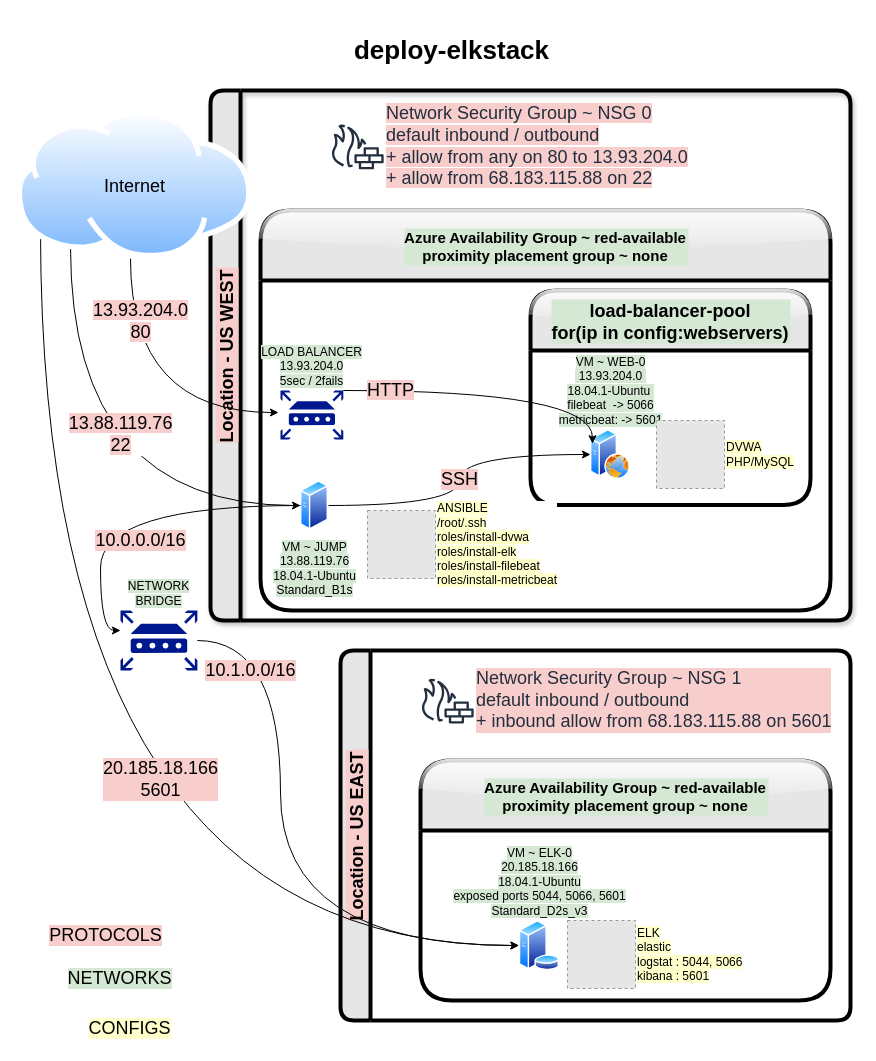
The draw.io diagram Diagrams/deploy-elkstack.drawio in robforee/deploy-elkstack, before the edit. Source tidied: cells renumbered, new cells numbered last; positions are measured from the earlier drawing's top-left corner, leaving out a move shared by most shapes. Both pictures are drawn from the tidied source at 100%, with x=0, y=0 at pixel (17, 20). Pictures stored in the file or linked from it are replaced by grey dashed boxes.
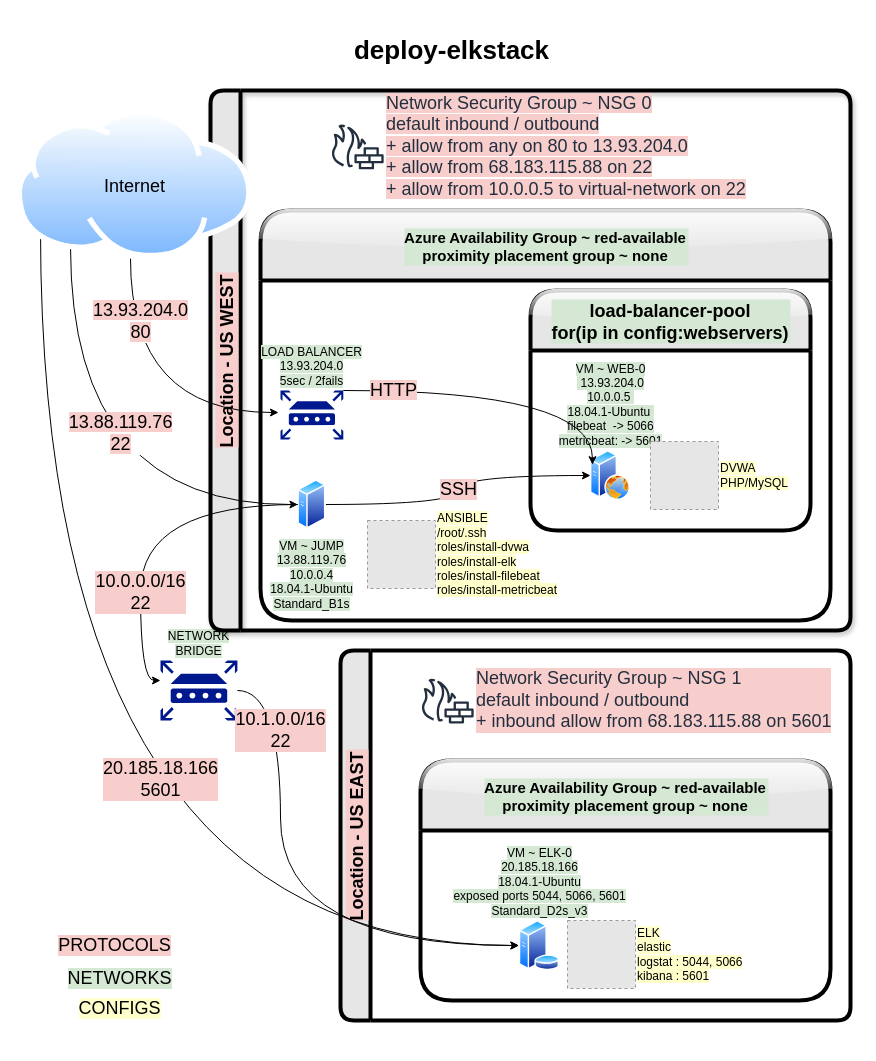
Above is the later version.

Unchanged cells that the change refers to:
```xml
<mxCell id="21" value="&lt;span style=&quot;background-color: rgb(213 , 232 , 212)&quot;&gt;VM ~ ELK-0&lt;br&gt;20.185.18.166&lt;br&gt;18.04.1-Ubuntu&lt;br&gt;exposed ports 5044, 5066, 5601&lt;br&gt;Standard_D2s_v3&lt;br&gt;&lt;/span&gt;" style="perimeter=ellipsePerimeter;html=1;align=center;shadow=0;dashed=0;spacingTop=3;image;image=img/lib/active_directory/database_server.svg;labelPosition=center;verticalLabelPosition=top;verticalAlign=bottom;" parent="20" vertex="1">
  <mxGeometry x="98.4" y="160" width="41" height="50" as="geometry" />
</mxCell>
```

Diff of the diagram source:
```diff
@@
     <mxCell id="2" value="&lt;span style=&quot;background-color: rgb(213 , 232 , 212)&quot;&gt;NETWORK&lt;br&gt;BRIDGE&lt;/span&gt;" style="sketch=0;shadow=0;dashed=0;html=1;strokeColor=none;labelPosition=center;verticalLabelPosition=top;verticalAlign=bottom;align=center;fillColor=#00188D;shape=mxgraph.mscae.enterprise.router;" parent="1" vertex="1">
-      <mxGeometry x="103" y="590" width="76.9" height="60" as="geometry" />
+      <mxGeometry x="143" y="640" width="76.9" height="60" as="geometry" />
     </mxCell>
@@
     <mxCell id="4" value="Location - US WEST" style="swimlane;horizontal=0;labelBackgroundColor=#F8CECC;fontSize=18;strokeWidth=4;fillColor=#E6E6E6;startSize=30;rounded=1;shadow=1;sketch=0;glass=0;" parent="1" vertex="1">
-      <mxGeometry x="193" y="70" width="640" height="530" as="geometry" />
+      <mxGeometry x="193" y="70" width="640" height="540" as="geometry" />
     </mxCell>
     <mxCell id="5" value="Azure Availability Group ~ red-available&#10;proximity placement group ~ none" style="swimlane;labelBackgroundColor=#D5E8D4;fontSize=15;strokeWidth=4;fillColor=#E6E6E6;startSize=70;rounded=1;shadow=0;sketch=0;glass=1;" parent="4" vertex="1">
-      <mxGeometry x="50" y="120" width="570" height="400" as="geometry" />
+      <mxGeometry x="50" y="120" width="570" height="410" as="geometry" />
     </mxCell>
@@
-    <mxCell id="8" value="&lt;span style=&quot;background-color: rgb(213 , 232 , 212)&quot;&gt;VM ~ JUMP&lt;br&gt;13.88.119.76&lt;br&gt;18.04.1-Ubuntu&lt;br&gt;Standard_B1s&lt;/span&gt;" style="perimeter=ellipsePerimeter;html=1;align=center;shadow=0;dashed=0;spacingTop=3;image;image=img/lib/active_directory/generic_server.svg;labelPosition=center;verticalLabelPosition=bottom;verticalAlign=top;" parent="5" vertex="1">
-      <mxGeometry x="40" y="270" width="28" height="50" as="geometry" />
+    <mxCell id="8" value="&lt;span style=&quot;background-color: rgb(213 , 232 , 212)&quot;&gt;VM ~ JUMP&lt;br&gt;13.88.119.76&lt;br&gt;10.0.0.4&lt;br&gt;18.04.1-Ubuntu&lt;br&gt;Standard_B1s&lt;/span&gt;" style="perimeter=ellipsePerimeter;html=1;align=center;shadow=0;dashed=0;spacingTop=3;image;image=img/lib/active_directory/generic_server.svg;labelPosition=center;verticalLabelPosition=bottom;verticalAlign=top;" parent="5" vertex="1">
+      <mxGeometry x="37.4" y="269" width="28" height="50" as="geometry" />
     </mxCell>
+    <mxCell id="13" value="&lt;div style=&quot;text-align: left&quot;&gt;&lt;span style=&quot;background-color: rgb(255 , 255 , 204)&quot;&gt;ANSIBLE&lt;/span&gt;&lt;/div&gt;&lt;div style=&quot;text-align: left&quot;&gt;&lt;span style=&quot;background-color: rgb(255 , 255 , 204)&quot;&gt;/root/.ssh&lt;/span&gt;&lt;/div&gt;&lt;div style=&quot;text-align: left&quot;&gt;&lt;span style=&quot;background-color: rgb(255 , 255 , 204)&quot;&gt;roles/install-dvwa&lt;/span&gt;&lt;/div&gt;&lt;div style=&quot;text-align: left&quot;&gt;&lt;span style=&quot;background-color: rgb(255 , 255 , 204)&quot;&gt;roles/install-elk&lt;/span&gt;&lt;/div&gt;&lt;div style=&quot;text-align: left&quot;&gt;&lt;span style=&quot;background-color: rgb(255 , 255 , 204)&quot;&gt;roles/install-filebeat&lt;/span&gt;&lt;/div&gt;&lt;div style=&quot;text-align: left&quot;&gt;&lt;span style=&quot;background-color: rgb(255 , 255 , 204)&quot;&gt;roles/install-metricbeat&lt;/span&gt;&lt;/div&gt;" style="fillColor=#E6E6E6;strokeColor=#999999;dashed=1;html=1;verticalAlign=middle;verticalLabelPosition=middle;labelBackgroundColor=#ffffff;labelPosition=right;align=left;" parent="5" vertex="1">
+      <mxGeometry x="107" y="310" width="68" height="68" as="geometry" />
+    </mxCell>
     <mxCell id="9" value="load-balancer-pool&#10;for(ip in config:webservers)" style="swimlane;rounded=1;shadow=0;glass=1;labelBackgroundColor=#D5E8D4;sketch=0;fontSize=18;strokeWidth=4;fillColor=#E6E6E6;startSize=60;" parent="5" vertex="1">
-      <mxGeometry x="270" y="80" width="280" height="214.6" as="geometry" />
+      <mxGeometry x="270" y="80" width="280" height="240" as="geometry" />
     </mxCell>
-    <mxCell id="10" value="&lt;span style=&quot;background-color: rgb(213 , 232 , 212)&quot;&gt;VM ~ WEB-0&lt;br&gt;&amp;nbsp;13.93.204.0&amp;nbsp;&lt;br&gt;18.04.1-Ubuntu&amp;nbsp;&lt;br&gt;filebeat&amp;nbsp; -&amp;gt; 5066&lt;br&gt;metricbeat: -&amp;gt; 5601&lt;/span&gt;" style="perimeter=ellipsePerimeter;html=1;align=center;shadow=0;dashed=0;spacingTop=3;image;image=img/lib/active_directory/web_server.svg;labelPosition=center;verticalLabelPosition=top;verticalAlign=bottom;" parent="9" vertex="1">
-      <mxGeometry x="60" y="139" width="40" height="50" as="geometry" />
+    <mxCell id="10" value="&lt;span style=&quot;background-color: rgb(213 , 232 , 212)&quot;&gt;VM ~ WEB-0&lt;br&gt;&amp;nbsp;13.93.204.0&lt;br&gt;10.0.0.5&amp;nbsp;&lt;br&gt;18.04.1-Ubuntu&amp;nbsp;&lt;br&gt;filebeat&amp;nbsp; -&amp;gt; 5066&lt;br&gt;metricbeat: -&amp;gt; 5601&lt;/span&gt;" style="perimeter=ellipsePerimeter;html=1;align=center;shadow=0;dashed=0;spacingTop=3;image;image=img/lib/active_directory/web_server.svg;labelPosition=center;verticalLabelPosition=top;verticalAlign=bottom;" parent="9" vertex="1">
+      <mxGeometry x="60" y="160" width="40" height="50" as="geometry" />
     </mxCell>
     <mxCell id="11" value="&lt;span style=&quot;background-color: rgb(255 , 255 , 204)&quot;&gt;DVWA&lt;br&gt;PHP/MySQL&lt;/span&gt;" style="fillColor=#E6E6E6;strokeColor=#999999;dashed=1;html=1;verticalAlign=middle;verticalLabelPosition=middle;labelBackgroundColor=#ffffff;labelPosition=right;align=left;" parent="9" vertex="1">
-      <mxGeometry x="126" y="130" width="68" height="68" as="geometry" />
+      <mxGeometry x="120" y="151" width="68" height="68" as="geometry" />
     </mxCell>
@@
-    <mxCell id="13" value="&lt;div style=&quot;text-align: left&quot;&gt;&lt;span style=&quot;background-color: rgb(255 , 255 , 204)&quot;&gt;ANSIBLE&lt;/span&gt;&lt;/div&gt;&lt;div style=&quot;text-align: left&quot;&gt;&lt;span style=&quot;background-color: rgb(255 , 255 , 204)&quot;&gt;/root/.ssh&lt;/span&gt;&lt;/div&gt;&lt;div style=&quot;text-align: left&quot;&gt;&lt;span style=&quot;background-color: rgb(255 , 255 , 204)&quot;&gt;roles/install-dvwa&lt;/span&gt;&lt;/div&gt;&lt;div style=&quot;text-align: left&quot;&gt;&lt;span style=&quot;background-color: rgb(255 , 255 , 204)&quot;&gt;roles/install-elk&lt;/span&gt;&lt;/div&gt;&lt;div style=&quot;text-align: left&quot;&gt;&lt;span style=&quot;background-color: rgb(255 , 255 , 204)&quot;&gt;roles/install-filebeat&lt;/span&gt;&lt;/div&gt;&lt;div style=&quot;text-align: left&quot;&gt;&lt;span style=&quot;background-color: rgb(255 , 255 , 204)&quot;&gt;roles/install-metricbeat&lt;/span&gt;&lt;/div&gt;" style="fillColor=#E6E6E6;strokeColor=#999999;dashed=1;html=1;verticalAlign=middle;verticalLabelPosition=middle;labelBackgroundColor=#ffffff;labelPosition=right;align=left;" parent="5" vertex="1">
-      <mxGeometry x="107" y="300" width="68" height="68" as="geometry" />
-    </mxCell>
-    <mxCell id="14" value="&lt;span style=&quot;background-color: rgb(248 , 206 , 204) ; font-size: 18px&quot;&gt;Network Security Group ~ NSG 0&lt;br&gt;default inbound / outbound&lt;br&gt;+ allow from any on 80 to 13.93.204.0&lt;br&gt;+ allow from 68.183.115.88 on 22&lt;br&gt;&lt;/span&gt;" style="sketch=0;fontColor=#232F3E;gradientColor=none;fillColor=#232F3E;strokeColor=none;dashed=0;verticalLabelPosition=middle;verticalAlign=middle;align=left;html=1;fontSize=12;fontStyle=0;shape=mxgraph.aws4.generic_firewall;labelPosition=right;" parent="4" vertex="1">
+    <mxCell id="14" value="&lt;span style=&quot;background-color: rgb(248 , 206 , 204) ; font-size: 18px&quot;&gt;Network Security Group ~ NSG 0&lt;br&gt;default inbound / outbound&lt;br&gt;+ allow from any on 80 to 13.93.204.0&lt;br&gt;+ allow from 68.183.115.88 on 22&lt;br&gt;+ allow from 10.0.0.5 to virtual-network on 22&lt;br&gt;&lt;/span&gt;" style="sketch=0;fontColor=#232F3E;gradientColor=none;fillColor=#232F3E;strokeColor=none;dashed=0;verticalLabelPosition=middle;verticalAlign=middle;align=left;html=1;fontSize=12;fontStyle=0;shape=mxgraph.aws4.generic_firewall;labelPosition=right;" parent="4" vertex="1">
       <mxGeometry x="120" y="33.6" width="53.5" height="45.2" as="geometry" />
     </mxCell>
     <mxCell id="15" value="PROTOCOLS" style="text;html=1;align=center;verticalAlign=middle;strokeColor=none;fillColor=none;fontSize=18;labelBackgroundColor=#F8CECC;" parent="1" vertex="1">
-      <mxGeometry x="23" y="900" width="130" height="30" as="geometry" />
+      <mxGeometry x="32" y="910" width="130" height="30" as="geometry" />
     </mxCell>
@@
     <mxCell id="17" value="CONFIGS" style="text;html=1;align=center;verticalAlign=middle;strokeColor=none;fillColor=none;fontSize=18;labelBackgroundColor=#FFFFCC;" parent="1" vertex="1">
-      <mxGeometry x="62" y="993.2" width="100" height="30" as="geometry" />
+      <mxGeometry x="52" y="973.2" width="100" height="30" as="geometry" />
     </mxCell>
@@
-    <mxCell id="27" value="10.1.0.0/16" style="edgeStyle=orthogonalEdgeStyle;curved=1;rounded=0;jettySize=auto;html=1;labelBackgroundColor=#F8CECC;fontSize=18;" parent="1" edge="1" source="2" target="21">
-      <mxGeometry x="-0.64" y="-30" relative="1" as="geometry">
+    <mxCell id="27" value="10.1.0.0/16&lt;br&gt;22" style="edgeStyle=orthogonalEdgeStyle;curved=1;rounded=0;jettySize=auto;html=1;labelBackgroundColor=#F8CECC;fontSize=18;" parent="1" edge="1" source="2" target="21">
+      <mxGeometry x="-0.69" relative="1" as="geometry">
         <Array as="points">
-          <mxPoint x="263" y="620" />
+          <mxPoint x="263" y="670" />
           <mxPoint x="263" y="925" />
         </Array>
       </mxGeometry>
     </mxCell>
-    <mxCell id="28" value="10.0.0.0/16" style="edgeStyle=orthogonalEdgeStyle;curved=1;rounded=0;jettySize=auto;html=1;entryX=0;entryY=0.333;entryDx=0;entryDy=0;labelBackgroundColor=#F8CECC;fontSize=18;exitX=0;exitY=0.5;exitDx=0;exitDy=0;entryPerimeter=0;" parent="1" edge="1" source="8" target="2">
-      <mxGeometry x="-0.07" y="35" relative="1" as="geometry" />
+    <mxCell id="28" value="10.0.0.0/16&lt;br&gt;22" style="edgeStyle=orthogonalEdgeStyle;curved=1;rounded=0;jettySize=auto;html=1;entryX=0;entryY=0.333;entryDx=0;entryDy=0;labelBackgroundColor=#F8CECC;fontSize=18;exitX=0;exitY=0.5;exitDx=0;exitDy=0;entryPerimeter=0;" parent="1" edge="1" source="8" target="2">
+      <mxGeometry x="0.38" relative="1" as="geometry">
+        <mxPoint y="1" as="offset" />
+      </mxGeometry>
     </mxCell>
```
